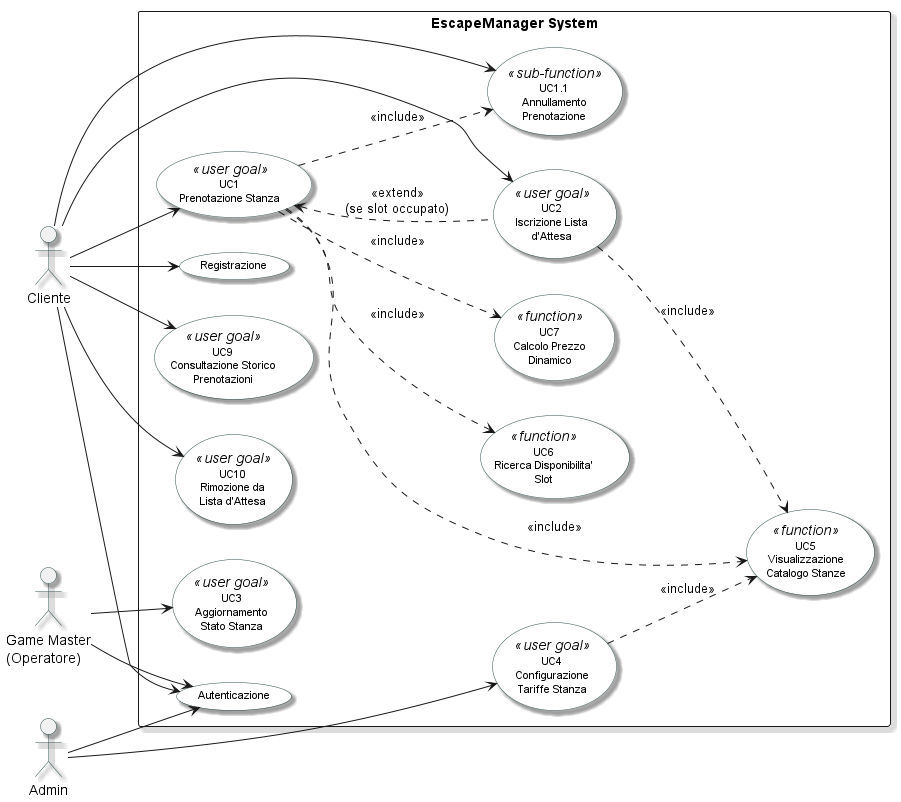
Above: LaTeX/images/fig_2_1_usecase_diagram.png in Adrycasta04/EscapeManager (PlantUML), before the change. The source it was exported from:
```plantuml
@startuml fig_2_1_usecase_diagram
left to right direction
skinparam packageStyle rectangle
skinparam shadowing true
skinparam usecase {
    BackgroundColor White
    BorderColor DarkSlateGray
    FontSize 11
    Shadowing true
}
skinparam actor {
    BorderColor DarkSlateGray
}

actor "Cliente" as C
actor "Game Master\n(Operatore)" as GM
actor "Admin" as A

rectangle "EscapeManager System" {

    usecase "Registrazione" as UC_REG
    usecase "Autenticazione" as UC_AUTH

    usecase "UC1\nPrenotazione Stanza" <<user goal>> as UC_C1
    usecase "UC1.1\nAnnullamento\nPrenotazione" <<sub-function>> as UC_C1_1
    usecase "UC2\nIscrizione Lista\nd'Attesa" <<user goal>> as UC_C2
    usecase "UC9\nConsultazione Storico\nPrenotazioni" <<user goal>> as UC_C9
    usecase "UC10\nRimozione da\nLista d'Attesa" <<user goal>> as UC_C10

    usecase "UC3\nAggiornamento\nStato Stanza" <<user goal>> as UC_GM3

    usecase "UC4\nConfigurazione\nTariffe Stanza" <<user goal>> as UC_A2

    usecase "UC5\nVisualizzazione\nCatalogo Stanze" <<function>> as UC_F5
    usecase "UC6\nRicerca Disponibilita'\nSlot" <<function>> as UC_F6
    usecase "UC7\nCalcolo Prezzo\nDinamico" <<function>> as UC_F7
}

C --> UC_C1
C --> UC_C1_1
C --> UC_C2
C --> UC_C9
C --> UC_C10

GM --> UC_GM3

A --> UC_A2

C --> UC_AUTH
C --> UC_REG
GM --> UC_AUTH
A --> UC_AUTH

UC_C2 .up.> UC_C1 : <<extend>>\n(se slot occupato)

UC_C1 ..> UC_F5 : <<include>>
UC_C1 ..> UC_F6 : <<include>>
UC_C1 ..> UC_F7 : <<include>>
UC_C1 ..> UC_C1_1 : <<include>>

UC_C2 ..> UC_F5 : <<include>>

UC_A2 ..> UC_F5 : <<include>>

@enduml
```
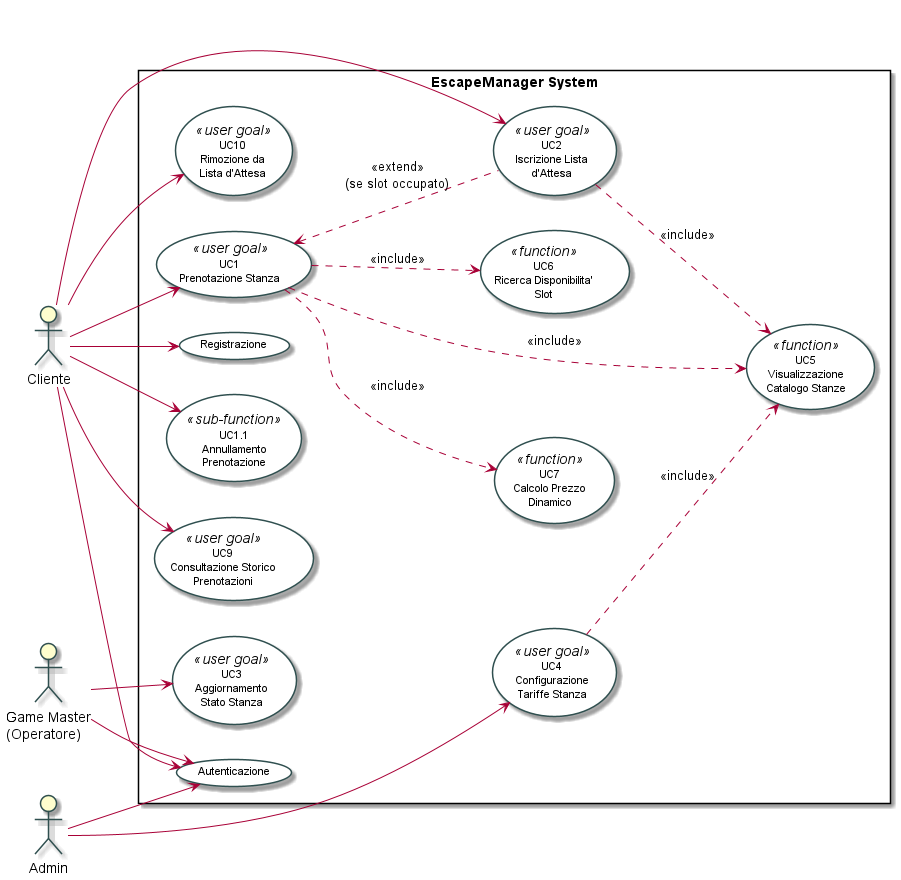
After the change.

What changed in the source:
```diff
@@ -56,7 +56,7 @@
 UC_C1 ..> UC_F5 : <<include>>
 UC_C1 ..> UC_F6 : <<include>>
 UC_C1 ..> UC_F7 : <<include>>
-UC_C1 ..> UC_C1_1 : <<include>>
+
 
 UC_C2 ..> UC_F5 : <<include>>
 
```
